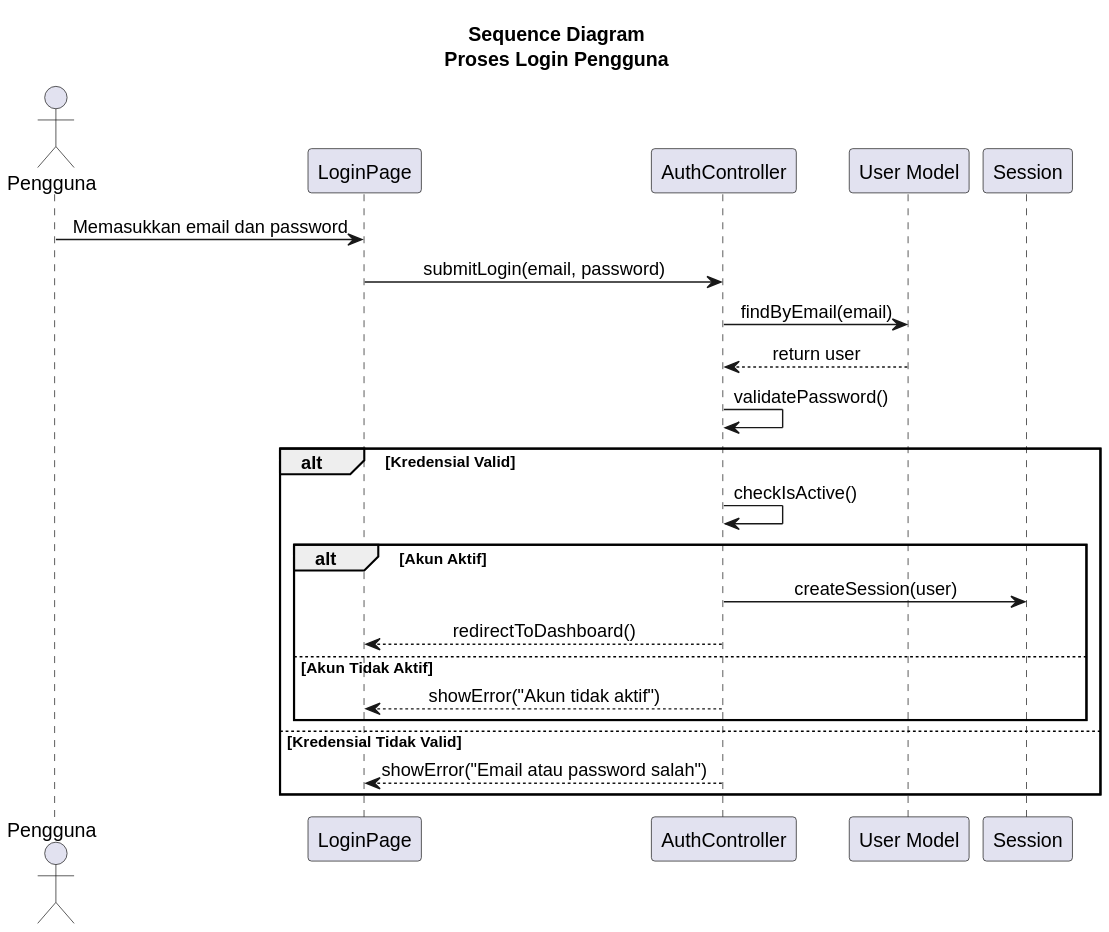
Above: docs/diagrams/svg/sequence/sequence-inc-1-login.svg in pawon3d/pawon3d (PlantUML), before the change.
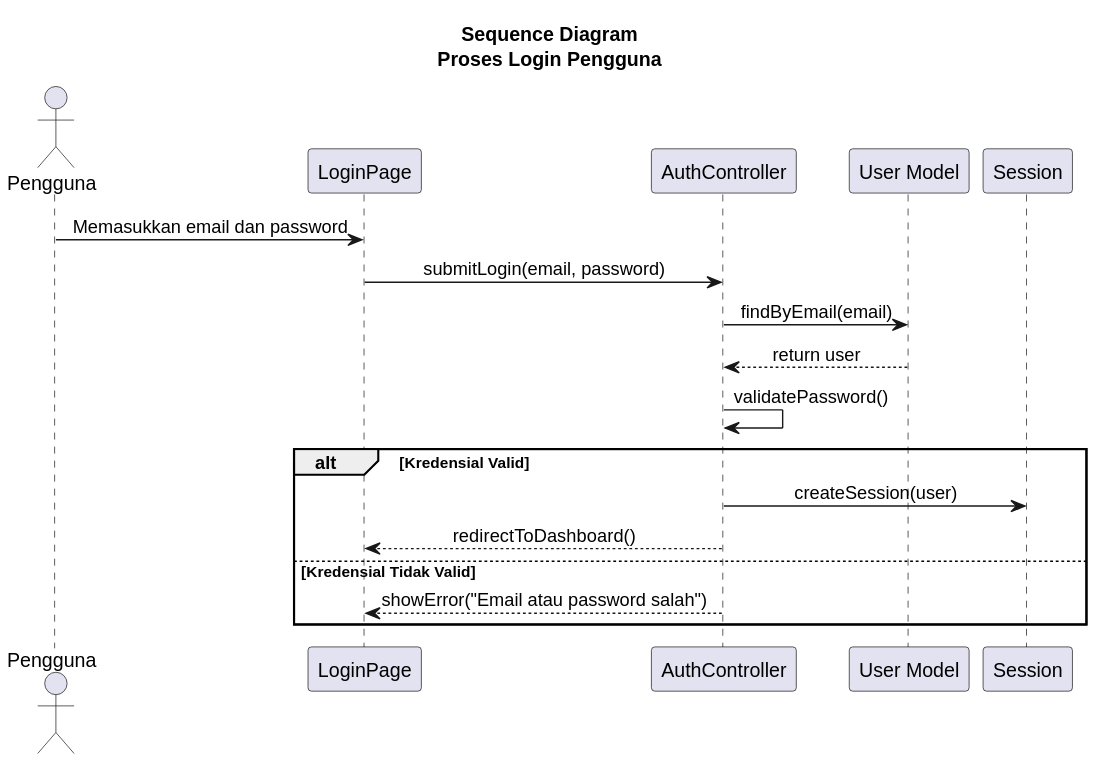
Later version of the same file.

Diff of the diagram source:
```diff
@@ -16,13 +16,8 @@
 AC -> AC : validatePassword()
 
 alt Kredensial Valid
-    AC -> AC : checkIsActive()
-    alt Akun Aktif
-        AC -> SS : createSession(user)
-        AC --> LP : redirectToDashboard()
-    else Akun Tidak Aktif
-        AC --> LP : showError("Akun tidak aktif")
-    end
+    AC -> SS : createSession(user)
+    AC --> LP : redirectToDashboard()
 else Kredensial Tidak Valid
     AC --> LP : showError("Email atau password salah")
 end
```
